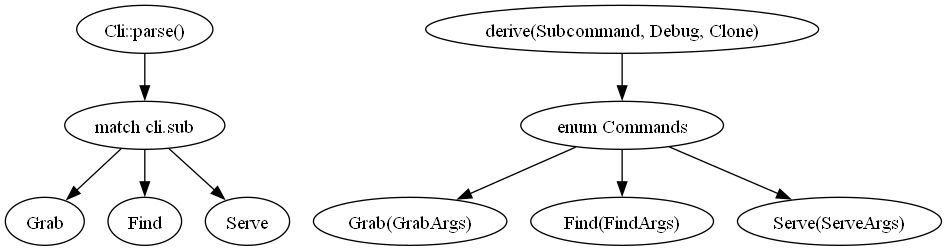
Earlier version of the Graphviz export docs/cli/cli_parse.a.png (softtiny/proxy.rs). Its source is kept beside it as docs/cli/cli_parse.a.dot.
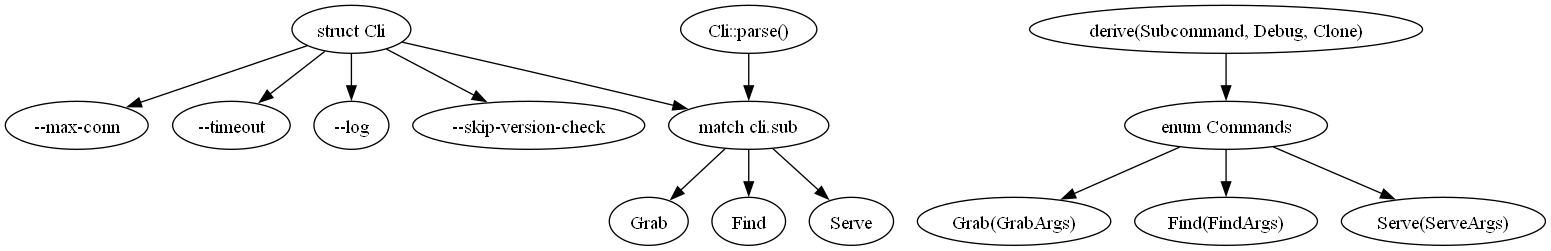
After the commit.

Diff of the diagram source:
```diff
@@ -1,4 +1,10 @@
 digraph {
+    "cli" [label="struct Cli"]
+    "cli" -> "--max-conn"
+    "cli" -> "--timeout"
+    "cli" -> "--log"
+    "cli" -> "--skip-version-check"
+    "cli" -> "cli_sub"
     "cli_sub" [label="match cli.sub"]
     "Cli::parse()" -> "cli_sub"
     "cli_sub" -> "Grab"
```
